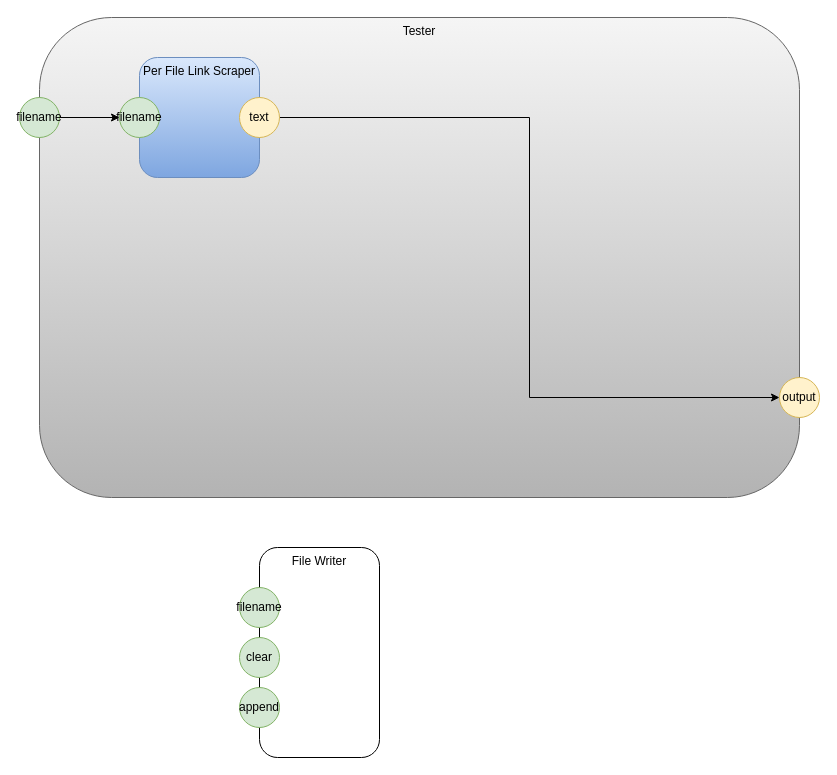
guitarvydas/pypm keeps this draw.io diagram as page "Tester" (3 of 3) of pm-copy.drawio. Above is the earlier version. Source tidied: cells renumbered, new cells numbered last; positions are measured from the earlier drawing's top-left corner, leaving out a move shared by most shapes. Both pictures are drawn from the tidied source at 100%, with x=0, y=0 at pixel (19, 17).
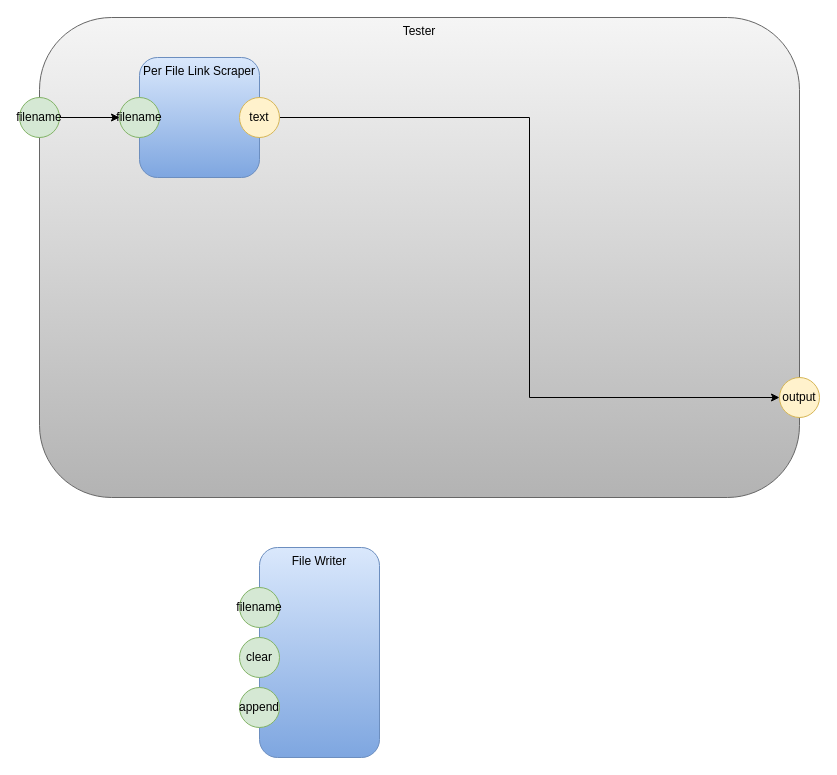
Above is the later version.

The edit, as a diff of the source:
```diff
@@
 <mxGraphModel>
   <root>
     <mxCell id="0" />
     <mxCell id="1" parent="0" />
     <mxCell id="2" value="Tester" style="rounded=1;whiteSpace=wrap;html=1;horizontal=1;verticalAlign=top;fillColor=#f5f5f5;strokeColor=#666666;gradientColor=#b3b3b3;" parent="1" vertex="1">
       <mxGeometry x="20" width="760" height="480" as="geometry" />
     </mxCell>
     <mxCell id="3" value="Per File Link Scraper" style="rounded=1;whiteSpace=wrap;html=1;horizontal=1;verticalAlign=top;fillColor=#dae8fc;strokeColor=#6c8ebf;gradientColor=#7ea6e0;" parent="1" vertex="1">
       <mxGeometry x="120" y="40" width="120" height="120" as="geometry" />
     </mxCell>
     <mxCell id="4" value="filename" style="ellipse;whiteSpace=wrap;html=1;fillColor=#d5e8d4;strokeColor=#82b366;" parent="1" vertex="1">
       <mxGeometry x="100" y="80" width="40" height="40" as="geometry" />
     </mxCell>
     <mxCell id="5" style="edgeStyle=orthogonalEdgeStyle;rounded=0;jettySize=auto;html=1;exitX=1;exitY=0.5;exitDx=0;exitDy=0;entryX=0;entryY=0.5;entryDx=0;entryDy=0;" parent="1" edge="1" source="6" target="9">
       <mxGeometry relative="1" as="geometry" />
     </mxCell>
     <mxCell id="6" value="text" style="ellipse;whiteSpace=wrap;html=1;fillColor=#fff2cc;strokeColor=#d6b656;" parent="1" vertex="1">
       <mxGeometry x="220" y="80" width="40" height="40" as="geometry" />
     </mxCell>
     <mxCell id="7" style="edgeStyle=orthogonalEdgeStyle;rounded=0;jettySize=auto;html=1;exitX=1;exitY=0.5;exitDx=0;exitDy=0;entryX=0;entryY=0.5;entryDx=0;entryDy=0;" parent="1" edge="1" source="8" target="4">
       <mxGeometry relative="1" as="geometry" />
     </mxCell>
     <mxCell id="8" value="filename" style="ellipse;whiteSpace=wrap;html=1;fillColor=#d5e8d4;strokeColor=#82b366;" parent="1" vertex="1">
       <mxGeometry y="80" width="40" height="40" as="geometry" />
     </mxCell>
     <mxCell id="9" value="output" style="ellipse;whiteSpace=wrap;html=1;fillColor=#fff2cc;strokeColor=#d6b656;" parent="1" vertex="1">
       <mxGeometry x="760" y="360" width="40" height="40" as="geometry" />
     </mxCell>
-    <mxCell id="10" value="File Writer" style="rounded=1;whiteSpace=wrap;html=1;horizontal=1;verticalAlign=top;" parent="1" vertex="1">
+    <mxCell id="10" value="File Writer" style="rounded=1;whiteSpace=wrap;html=1;horizontal=1;verticalAlign=top;gradientColor=#7ea6e0;fillColor=#dae8fc;strokeColor=#6c8ebf;" parent="1" vertex="1">
       <mxGeometry x="240" y="530" width="120" height="210" as="geometry" />
     </mxCell>
     <mxCell id="11" value="filename" style="ellipse;whiteSpace=wrap;html=1;fillColor=#d5e8d4;strokeColor=#82b366;" parent="1" vertex="1">
       <mxGeometry x="220" y="570" width="40" height="40" as="geometry" />
     </mxCell>
     <mxCell id="12" value="clear" style="ellipse;whiteSpace=wrap;html=1;fillColor=#d5e8d4;strokeColor=#82b366;" parent="1" vertex="1">
       <mxGeometry x="220" y="620" width="40" height="40" as="geometry" />
     </mxCell>
     <mxCell id="13" value="append" style="ellipse;whiteSpace=wrap;html=1;fillColor=#d5e8d4;strokeColor=#82b366;" parent="1" vertex="1">
       <mxGeometry x="220" y="670" width="40" height="40" as="geometry" />
     </mxCell>
   </root>
 </mxGraphModel>
```
